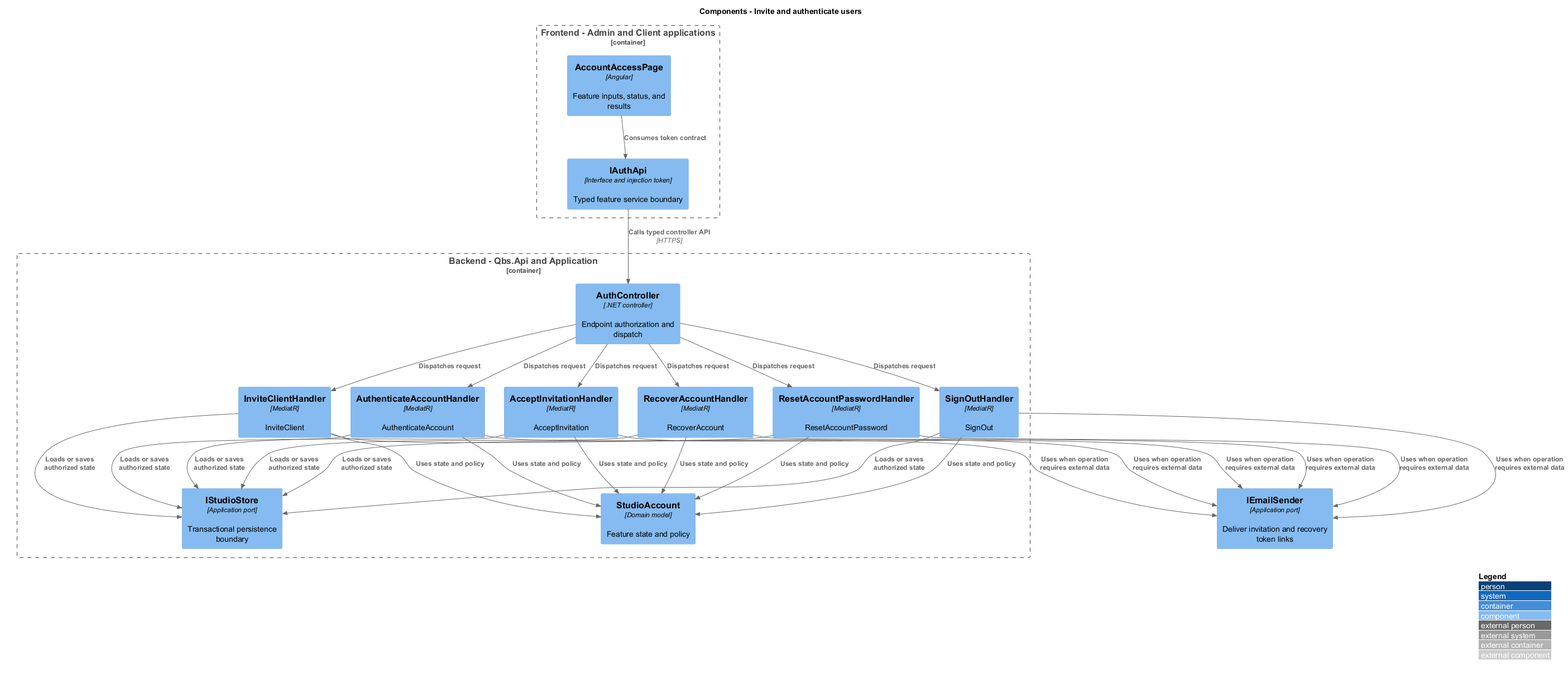
The PlantUML diagram docs/detailed-designs/client-access/invite-and-authenticate-users/diagrams/c4-component.png in QuinntyneBrown/quinntyne-brown-studio, before a commit.
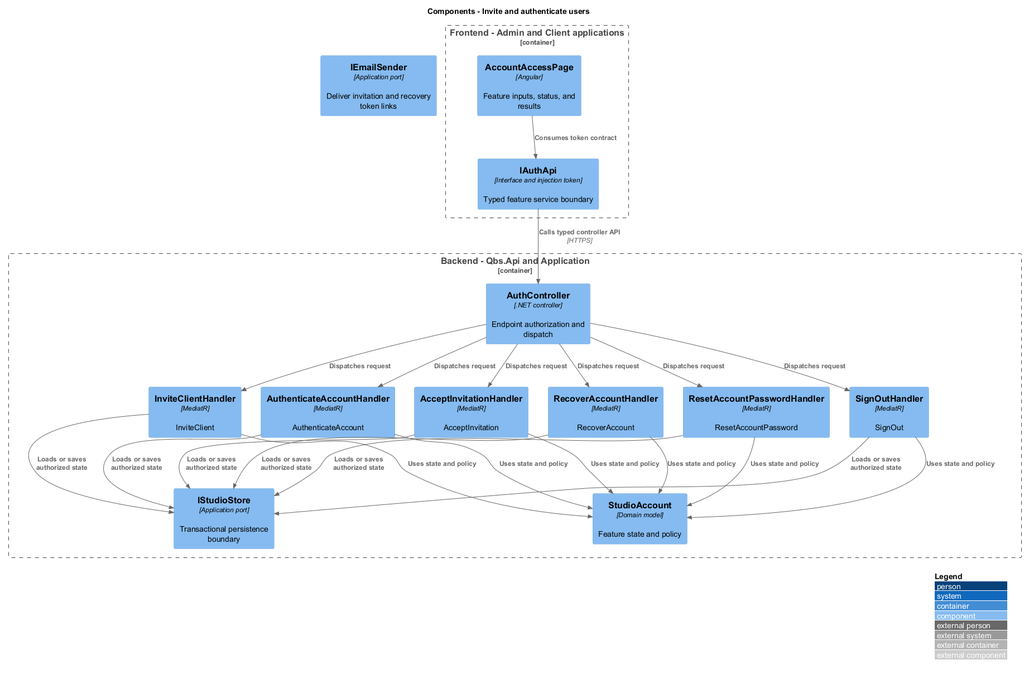
Above is the later version.

Diff of the diagram source:
```diff
@@ -38,10 +38,4 @@
 Rel(handler5, entity, "Uses state and policy")
 Rel(handler5, store, "Loads or saves authorized state")
 Component(ext, "IEmailSender", "Application port", "Deliver invitation and recovery token links")
-Rel(handler0, ext, "Uses when operation requires external data")
-Rel(handler1, ext, "Uses when operation requires external data")
-Rel(handler2, ext, "Uses when operation requires external data")
-Rel(handler3, ext, "Uses when operation requires external data")
-Rel(handler4, ext, "Uses when operation requires external data")
-Rel(handler5, ext, "Uses when operation requires external data")
 @enduml
```
